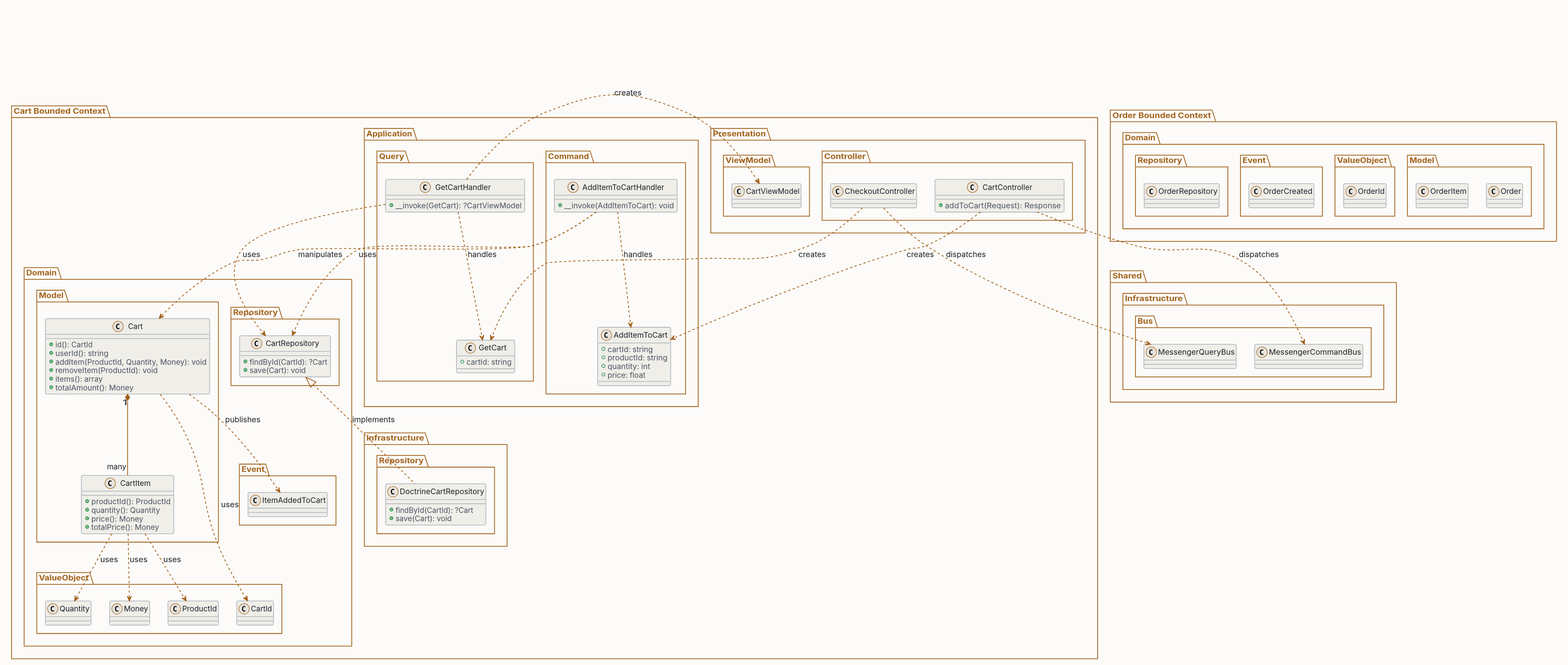
MichalKatuscak/ddd-v-symfony keeps this PlantUML diagram as public/images/diagrams/7_examples/eshop/diagram-light.svg. Above is the earlier version. Its diagram source:
```plantuml
@startuml diagram
skinparam dpi 150
skinparam backgroundColor #fcfbf9
skinparam shadowing false
skinparam roundCorner 6

skinparam defaultFontName "DejaVu Sans"
skinparam defaultFontSize 14
skinparam defaultFontColor #1c1f26
skinparam defaultTextAlignment center


skinparam ArrowColor #a2621c
skinparam ArrowFontColor #1c1f26
skinparam ArrowThickness 1.5

skinparam node {
  BackgroundColor #f0eee8
  BorderColor #b6bac2
  FontColor #1c1f26
}

skinparam component {
  BackgroundColor #f0eee8
  BorderColor #b6bac2
  FontColor #1c1f26
}

skinparam rectangle {
  BackgroundColor #f0eee8
  BorderColor #b6bac2
  FontColor #1c1f26
}

skinparam package {
  BackgroundColor #fcfbf9
  BorderColor #a2621c
  FontColor #a2621c
}

skinparam folder {
  BackgroundColor #f0eee8
  BorderColor #b6bac2
  FontColor #1c1f26
}

skinparam frame {
  BackgroundColor #f0eee8
  BorderColor #b6bac2
  FontColor #1c1f26
}

skinparam database {
  BackgroundColor #e6e3dc
  BorderColor #b6bac2
  FontColor #1c1f26
}

skinparam queue {
  BackgroundColor #e6e3dc
  BorderColor #b6bac2
  FontColor #1c1f26
}

skinparam cloud {
  BackgroundColor #e6e3dc
  BorderColor #b6bac2
  FontColor #1c1f26
}

skinparam actor {
  BackgroundColor #f0eee8
  BorderColor #a2621c
  FontColor #1c1f26
}

skinparam usecase {
  BackgroundColor #f0eee8
  BorderColor #b6bac2
  FontColor #1c1f26
}

skinparam class {
  BackgroundColor #f0eee8
  BorderColor #b6bac2
  HeaderBackgroundColor #e6e3dc
  ArrowColor #a2621c
  FontColor #1c1f26
  AttributeFontColor #4a5160
  StereotypeFontColor #a2621c
}

skinparam object {
  BackgroundColor #f0eee8
  BorderColor #b6bac2
  FontColor #1c1f26
}

skinparam sequence {
  ParticipantBackgroundColor #f0eee8
  ParticipantBorderColor #b6bac2
  ParticipantFontColor #1c1f26
  ActorBackgroundColor #f0eee8
  ActorBorderColor #a2621c
  ActorFontColor #1c1f26
  LifeLineBorderColor #b6bac2
  LifeLineBackgroundColor #e6e3dc
  ArrowColor #a2621c
  ArrowFontColor #1c1f26
  GroupBackgroundColor #e6e3dc
  GroupBorderColor #b6bac2
  GroupFontColor #4a5160
  GroupHeaderFontColor #a2621c
  BoxBackgroundColor #fcfbf9
  BoxBorderColor #a2621c
  BoxFontColor #a2621c
  DividerBackgroundColor #e6e3dc
  DividerBorderColor #b6bac2
  DividerFontColor #4a5160
  ReferenceBackgroundColor #f0eee8
  ReferenceBorderColor #b6bac2
  ReferenceFontColor #1c1f26
  ReferenceHeaderBackgroundColor #e6e3dc
  StereotypeFontColor #a2621c
}

skinparam state {
  BackgroundColor #f0eee8
  BorderColor #b6bac2
  FontColor #1c1f26
  StartColor #a2621c
  EndColor #a2621c
  ArrowColor #a2621c
  AttributeFontColor #4a5160
}

skinparam activity {
  BackgroundColor #f0eee8
  BorderColor #b6bac2
  FontColor #1c1f26
  ArrowColor #a2621c
  StartColor #a2621c
  EndColor #a2621c
  BarColor #a2621c
  DiamondBackgroundColor #e6e3dc
  DiamondBorderColor #b6bac2
  DiamondFontColor #1c1f26
}

skinparam note {
  BackgroundColor #e6e3dc
  BorderColor #b6bac2
  FontColor #4a5160
}

skinparam title {
  FontColor #1c1f26
  FontSize 18
}

skinparam legend {
  BackgroundColor #f0eee8
  BorderColor #b6bac2
  FontColor #4a5160
}

skinparam caption {
  FontColor #4a5160
}

skinparam stereotype {
  CBackgroundColor #e6e3dc
  CBorderColor #a2621c
  ABackgroundColor #e6e3dc
  ABorderColor #a2621c
  IBackgroundColor #e6e3dc
  IBorderColor #a2621c
  EBackgroundColor #e6e3dc
  EBorderColor #a2621c
}



package "Cart Bounded Context" as Cart {
  package "Domain" as CartDomain {
    package "Model" as CartModel {
      class "Cart" as CartEntity {
        + id(): CartId
        + userId(): string
        + addItem(ProductId, Quantity, Money): void
        + removeItem(ProductId): void
        + items(): array
        + totalAmount(): Money
      }

      class "CartItem" as CartItemEntity {
        + productId(): ProductId
        + quantity(): Quantity
        + price(): Money
        + totalPrice(): Money
      }
    }

    package "ValueObject" as CartValueObject {
      class "CartId" as CartIdVO
      class "ProductId" as ProductIdVO
      class "Quantity" as QuantityVO
      class "Money" as MoneyVO
    }

    package "Event" as CartEvent {
      class "ItemAddedToCart" as ItemAddedToCartEvent
    }

    package "Repository" as CartRepository {
      class "CartRepository" as CartRepositoryInterface {
        + findById(CartId): ?Cart
        + save(Cart): void
      }
    }
  }

  package "Infrastructure" as CartInfrastructure {
    package "Repository" as CartInfraRepo {
      class "DoctrineCartRepository" as DoctrineCartRepo {
        + findById(CartId): ?Cart
        + save(Cart): void
      }
    }
  }

  package "Application" as CartApplication {
    package "Command" as CartCommand {
      class "AddItemToCart" as AddItemToCartCommand {
        + cartId: string
        + productId: string
        + quantity: int
        + price: float
      }

      class "AddItemToCartHandler" as AddItemToCartHandler {
        + __invoke(AddItemToCart): void
      }
    }

    package "Query" as CartQuery {
      class "GetCart" as GetCartQuery {
        + cartId: string
      }

      class "GetCartHandler" as GetCartHandler {
        + __invoke(GetCart): ?CartViewModel
      }
    }
  }

  package "Presentation" as CartPresentation {
    package "Controller" as CartController {
      class "CartController" as CartControllerClass {
        + addToCart(Request): Response
      }

      class "CheckoutController" as CheckoutController
    }

    package "ViewModel" as CartViewModel {
      class "CartViewModel" as CartViewModelClass
    }
  }
}

package "Order Bounded Context" as Order {
  package "Domain" as OrderDomain {
    package "Model" as OrderModel {
      class "Order" as OrderEntity
      class "OrderItem" as OrderItemEntity
    }

    package "ValueObject" as OrderValueObject {
      class "OrderId" as OrderIdVO
    }

    package "Event" as OrderEvent {
      class "OrderCreated" as OrderCreatedEvent
    }

    package "Repository" as OrderRepository {
      class "OrderRepository" as OrderRepositoryInterface
    }
  }
}

package "Shared" as Shared {
  package "Infrastructure" as SharedInfra {
    package "Bus" as SharedBus {
      class "MessengerCommandBus" as CommandBus
      class "MessengerQueryBus" as QueryBus
    }
  }
}

CartEntity "1" *-- "many" CartItemEntity
CartEntity ..> CartIdVO : uses
CartEntity ..> ItemAddedToCartEvent : publishes
CartItemEntity ..> ProductIdVO : uses
CartItemEntity ..> QuantityVO : uses
CartItemEntity ..> MoneyVO : uses

CartRepositoryInterface <|.. DoctrineCartRepo : implements

AddItemToCartHandler ..> CartRepositoryInterface : uses
AddItemToCartHandler ..> CartEntity : manipulates
AddItemToCartHandler ..> AddItemToCartCommand : handles

GetCartHandler ..> CartRepositoryInterface : uses
GetCartHandler ..> CartViewModelClass : creates
GetCartHandler ..> GetCartQuery : handles

CartControllerClass ..> AddItemToCartCommand : creates
CartControllerClass ..> CommandBus : dispatches
CheckoutController ..> GetCartQuery : creates
CheckoutController ..> QueryBus : dispatches


@enduml
```
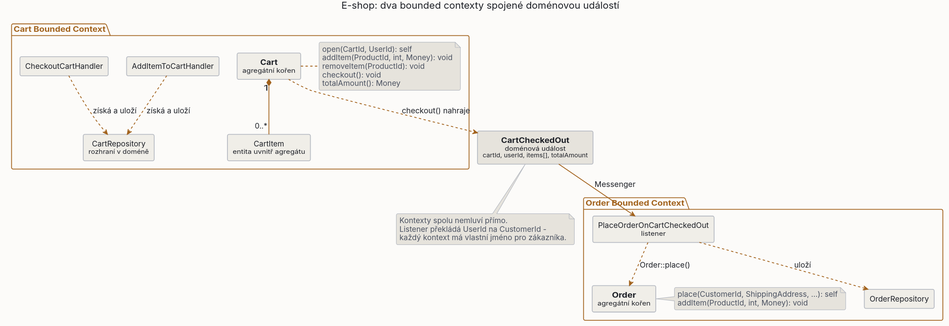
After the change.

Diff of the diagram source:
```diff
@@ -179,147 +179,51 @@
   EBorderColor #a2621c
 }
 
-
+title E-shop: dva bounded contexty spojené doménovou událostí
 
 package "Cart Bounded Context" as Cart {
-  package "Domain" as CartDomain {
-    package "Model" as CartModel {
-      class "Cart" as CartEntity {
-        + id(): CartId
-        + userId(): string
-        + addItem(ProductId, Quantity, Money): void
-        + removeItem(ProductId): void
-        + items(): array
-        + totalAmount(): Money
-      }
+  rectangle "**Cart**\n<size:12>agregátní kořen</size>" as CartAggregate {
+  }
+  note right of CartAggregate
+    open(CartId, UserId): self
+    addItem(ProductId, int, Money): void
+    removeItem(ProductId): void
+    checkout(): void
+    totalAmount(): Money
+  end note
 
-      class "CartItem" as CartItemEntity {
-        + productId(): ProductId
-        + quantity(): Quantity
-        + price(): Money
-        + totalPrice(): Money
-      }
-    }
-
-    package "ValueObject" as CartValueObject {
-      class "CartId" as CartIdVO
-      class "ProductId" as ProductIdVO
-      class "Quantity" as QuantityVO
-      class "Money" as MoneyVO
-    }
-
-    package "Event" as CartEvent {
-      class "ItemAddedToCart" as ItemAddedToCartEvent
-    }
-
-    package "Repository" as CartRepository {
-      class "CartRepository" as CartRepositoryInterface {
-        + findById(CartId): ?Cart
-        + save(Cart): void
-      }
-    }
-  }
-
-  package "Infrastructure" as CartInfrastructure {
-    package "Repository" as CartInfraRepo {
-      class "DoctrineCartRepository" as DoctrineCartRepo {
-        + findById(CartId): ?Cart
-        + save(Cart): void
-      }
-    }
-  }
-
-  package "Application" as CartApplication {
-    package "Command" as CartCommand {
-      class "AddItemToCart" as AddItemToCartCommand {
-        + cartId: string
-        + productId: string
-        + quantity: int
-        + price: float
-      }
-
-      class "AddItemToCartHandler" as AddItemToCartHandler {
-        + __invoke(AddItemToCart): void
-      }
-    }
-
-    package "Query" as CartQuery {
-      class "GetCart" as GetCartQuery {
-        + cartId: string
-      }
-
-      class "GetCartHandler" as GetCartHandler {
-        + __invoke(GetCart): ?CartViewModel
-      }
-    }
-  }
-
-  package "Presentation" as CartPresentation {
-    package "Controller" as CartController {
-      class "CartController" as CartControllerClass {
-        + addToCart(Request): Response
-      }
-
-      class "CheckoutController" as CheckoutController
-    }
-
-    package "ViewModel" as CartViewModel {
-      class "CartViewModel" as CartViewModelClass
-    }
-  }
+  rectangle "CartItem\n<size:12>entita uvnitř agregátu</size>" as CartItem
+  rectangle "CartRepository\n<size:12>rozhraní v doméně</size>" as CartRepo
+  rectangle "AddItemToCartHandler" as AddHandler
+  rectangle "CheckoutCartHandler" as CheckoutHandler
 }
 
 package "Order Bounded Context" as Order {
-  package "Domain" as OrderDomain {
-    package "Model" as OrderModel {
-      class "Order" as OrderEntity
-      class "OrderItem" as OrderItemEntity
-    }
+  rectangle "**Order**\n<size:12>agregátní kořen</size>" as OrderAggregate
+  note right of OrderAggregate
+    place(CustomerId, ShippingAddress, ...): self
+    addItem(ProductId, int, Money): void
+  end note
 
-    package "ValueObject" as OrderValueObject {
-      class "OrderId" as OrderIdVO
-    }
-
-    package "Event" as OrderEvent {
-      class "OrderCreated" as OrderCreatedEvent
-    }
-
-    package "Repository" as OrderRepository {
-      class "OrderRepository" as OrderRepositoryInterface
-    }
-  }
+  rectangle "PlaceOrderOnCartCheckedOut\n<size:12>listener</size>" as Listener
+  rectangle "OrderRepository" as OrderRepo
 }
 
-package "Shared" as Shared {
-  package "Infrastructure" as SharedInfra {
-    package "Bus" as SharedBus {
-      class "MessengerCommandBus" as CommandBus
-      class "MessengerQueryBus" as QueryBus
-    }
-  }
-}
+rectangle "**CartCheckedOut**\n<size:12>doménová událost</size>\n<size:11>cartId, userId, items[], totalAmount</size>" as Event #e6e3dc
 
-CartEntity "1" *-- "many" CartItemEntity
-CartEntity ..> CartIdVO : uses
-CartEntity ..> ItemAddedToCartEvent : publishes
-CartItemEntity ..> ProductIdVO : uses
-CartItemEntity ..> QuantityVO : uses
-CartItemEntity ..> MoneyVO : uses
+CartAggregate "1" *-- "0..*" CartItem
+AddHandler ..> CartRepo : získá a uloží
+CheckoutHandler ..> CartRepo : získá a uloží
+CartAggregate ..> Event : checkout() nahraje
 
-CartRepositoryInterface <|.. DoctrineCartRepo : implements
+Event --> Listener : Messenger
+Listener ..> OrderAggregate : Order::place()
+Listener ..> OrderRepo : uloží
 
-AddItemToCartHandler ..> CartRepositoryInterface : uses
-AddItemToCartHandler ..> CartEntity : manipulates
-AddItemToCartHandler ..> AddItemToCartCommand : handles
-
-GetCartHandler ..> CartRepositoryInterface : uses
-GetCartHandler ..> CartViewModelClass : creates
-GetCartHandler ..> GetCartQuery : handles
-
-CartControllerClass ..> AddItemToCartCommand : creates
-CartControllerClass ..> CommandBus : dispatches
-CheckoutController ..> GetCartQuery : creates
-CheckoutController ..> QueryBus : dispatches
-
+note bottom of Event
+  Kontexty spolu nemluví přímo.
+  Listener překládá UserId na CustomerId -
+  každý kontext má vlastní jméno pro zákazníka.
+end note
 
 @enduml
```
